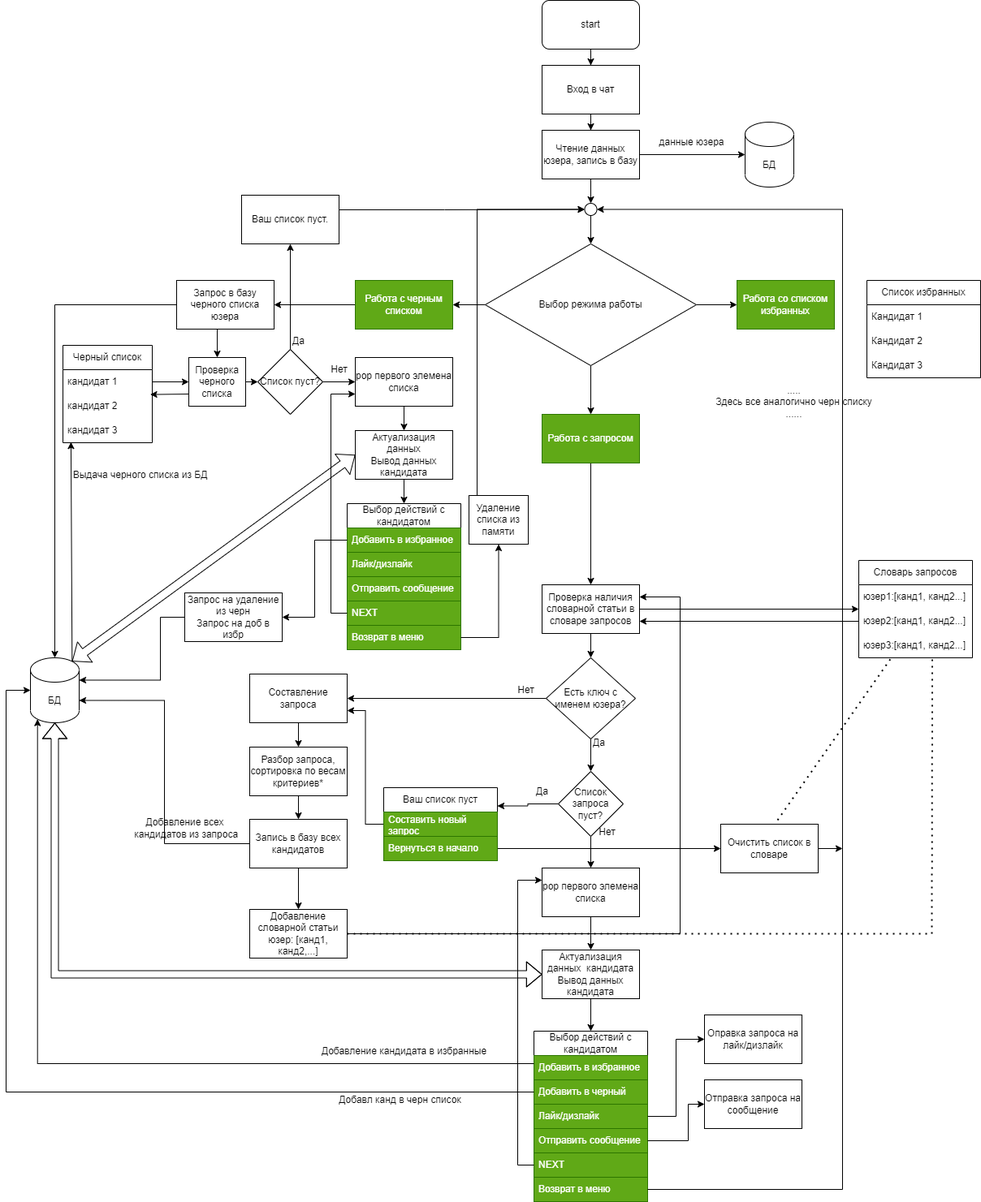
Earlier version of the draw.io export schem.png (TimurTsedik/VKinder). Source tidied: cells renumbered, new cells last; positions are measured from the earlier drawing's top-left corner, leaving out a move shared by most shapes.
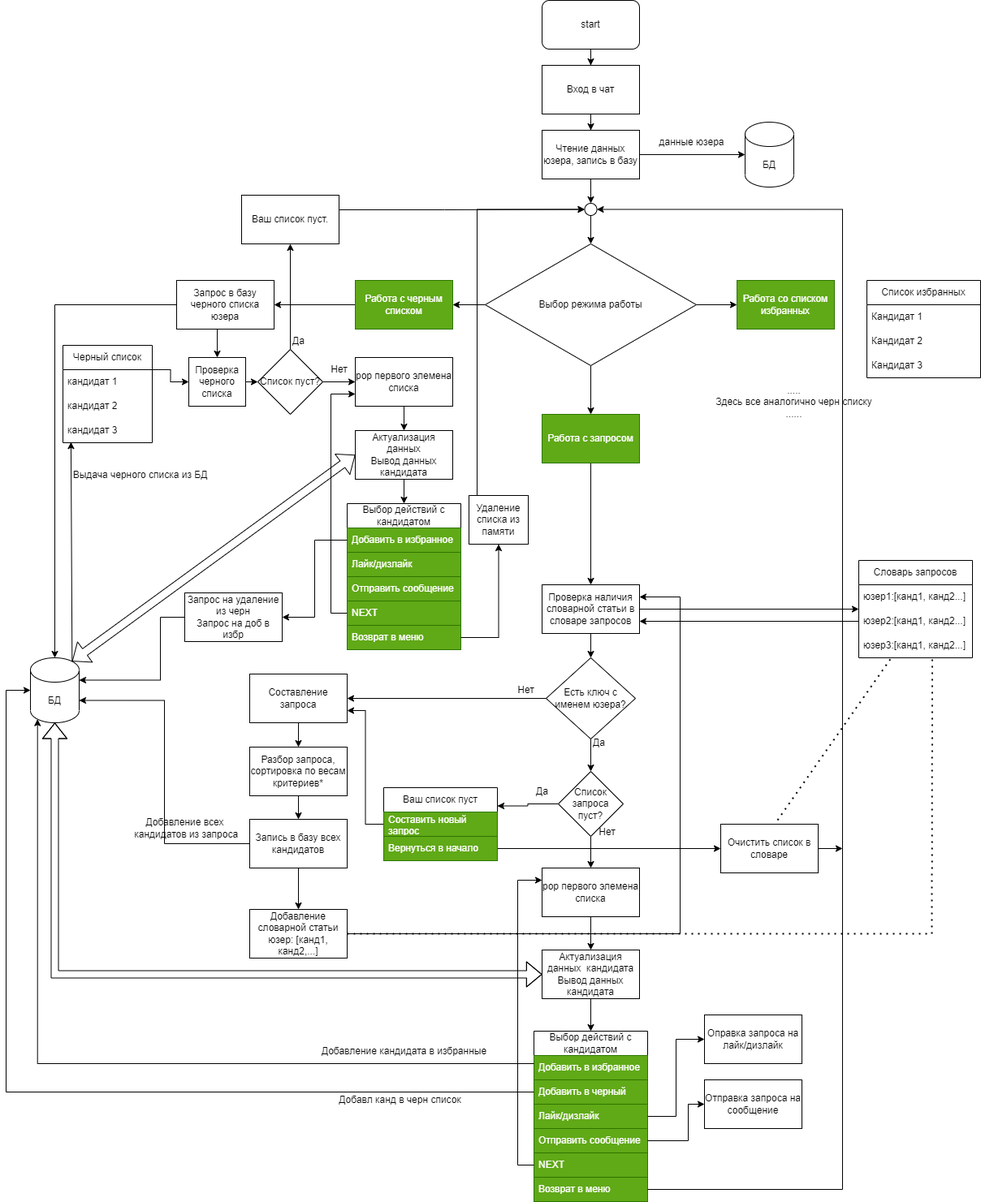
Above is the later version.

The edit, as a diff of the source:
```diff
@@ -286,7 +286,7 @@
         </Array>
       </mxGeometry>
     </mxCell>
-    <mxCell id="90" style="edgeStyle=orthogonalEdgeStyle;rounded=0;jettySize=auto;html=1;entryX=0;entryY=0.5;entryDx=0;entryDy=0;exitX=1;exitY=0.5;exitDx=0;exitDy=0;" parent="1" edge="1" source="25" target="123">
+    <mxCell id="90" style="edgeStyle=orthogonalEdgeStyle;rounded=0;jettySize=auto;html=1;entryX=0;entryY=0.5;entryDx=0;entryDy=0;exitX=1;exitY=0.25;exitDx=0;exitDy=0;" parent="1" edge="1" source="24" target="123">
       <mxGeometry relative="1" as="geometry" />
     </mxCell>
     <mxCell id="91" style="edgeStyle=orthogonalEdgeStyle;rounded=0;jettySize=auto;html=1;" parent="1" edge="1" source="92" target="94">
@@ -420,8 +420,5 @@
     <mxCell id="123" value="Проверка черного списка" style="rounded=0;whiteSpace=wrap;html=1;" parent="1" vertex="1">
       <mxGeometry x="225" y="440" width="70" height="60" as="geometry" />
     </mxCell>
-    <mxCell id="124" style="endArrow=classic;html=1;rounded=0;exitX=0;exitY=0.75;exitDx=0;exitDy=0;entryX=0.978;entryY=0.02;entryDx=0;entryDy=0;entryPerimeter=0;" parent="1" edge="1" source="123" target="26">
-      <mxGeometry relative="1" as="geometry" />
-    </mxCell>
   </root>
 </mxGraphModel>
```
